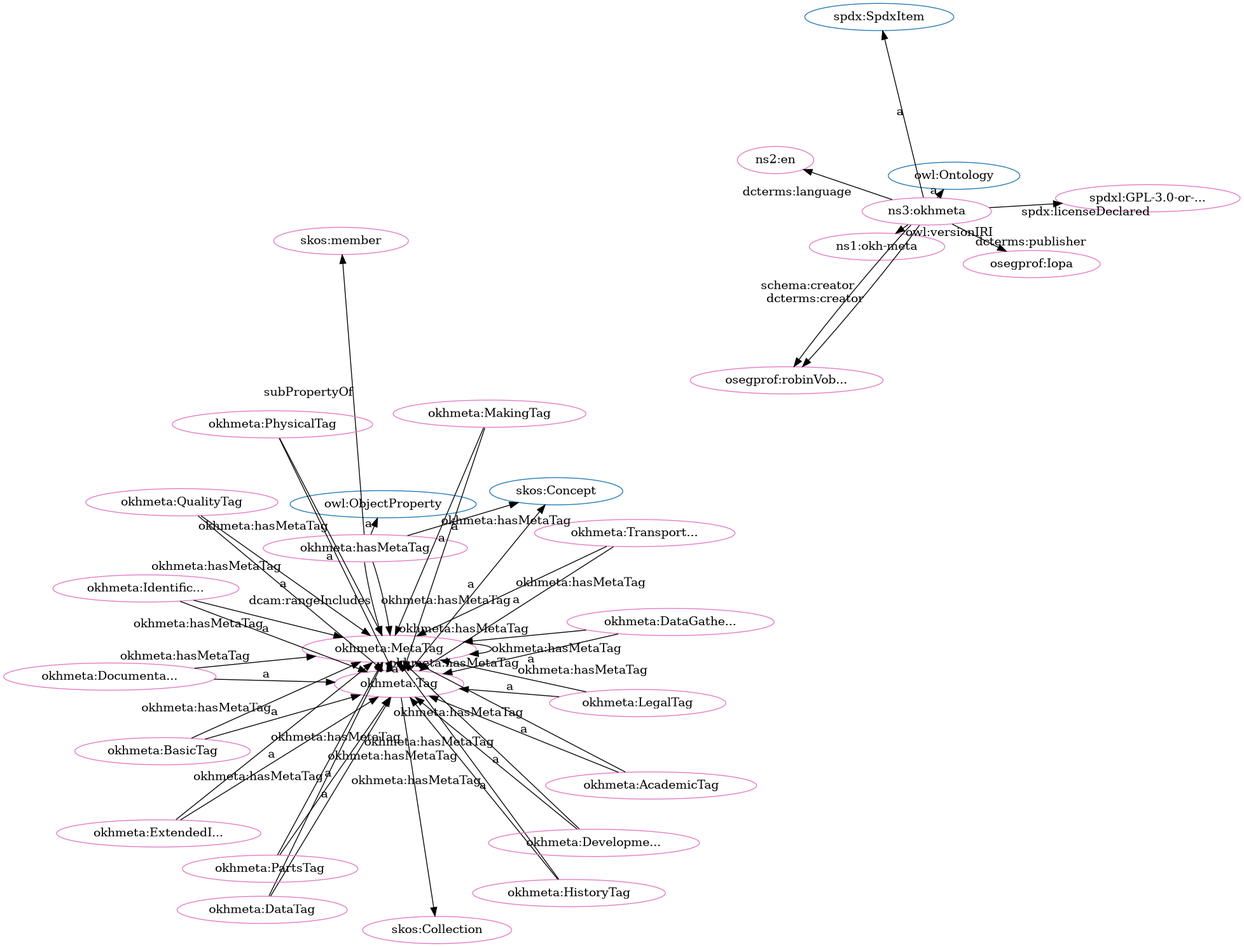
The Graphviz diagram src/spec/fdp_okh-meta.png in iop-alliance/OpenKnowHow, before a commit. Its source is kept beside it as src/spec/fdp_okh-meta.dot.
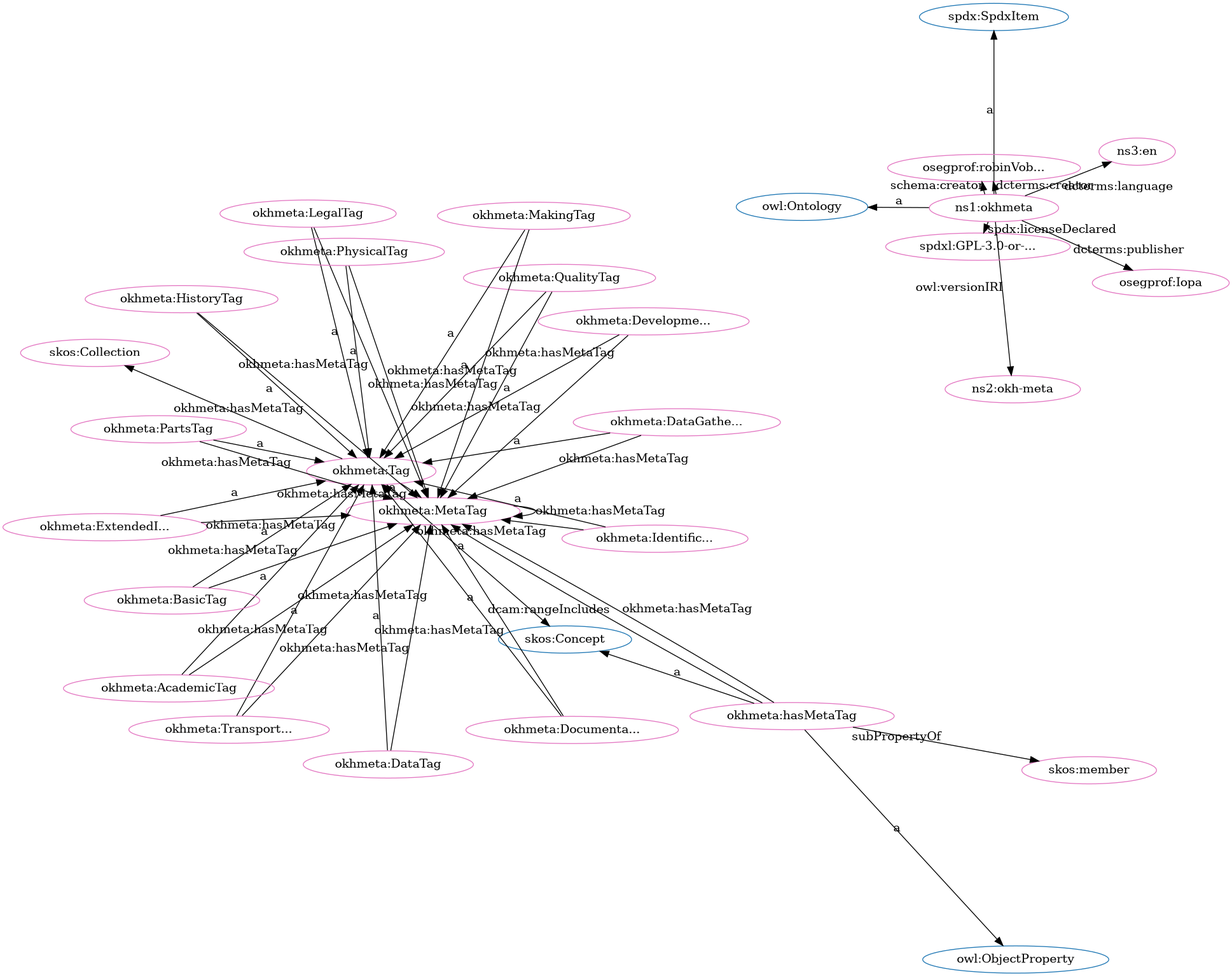
The same file after the commit.

Diff of the diagram source:
```diff
@@ -1,84 +1,84 @@
 digraph G {
   rankdir=BT
   node[height=.3]
-"http://spdx.org/rdf/terms#SpdxItem" [fillcolor="#1f77b4" color="#1f77b4" label="spdx:SpdxItem"]
 "http://w3id.org/oseg/ont/okhmeta#Tag" [fillcolor="#1f77b4" color="#1f77b4" label="okhmeta:Tag"]
-"http://www.w3.org/2004/02/skos/core#Concept" [fillcolor="#1f77b4" color="#1f77b4" label="skos:Concept"]
-"http://www.w3.org/2002/07/owl#Ontology" [fillcolor="#1f77b4" color="#1f77b4" label="owl:Ontology"]
 "http://www.w3.org/2004/02/skos/core#Collection" [fillcolor="#1f77b4" color="#1f77b4" label="skos:Collection"]
 "http://www.w3.org/2002/07/owl#ObjectProperty" [fillcolor="#1f77b4" color="#1f77b4" label="owl:ObjectProperty"]
+"http://www.w3.org/2002/07/owl#Ontology" [fillcolor="#1f77b4" color="#1f77b4" label="owl:Ontology"]
+"http://spdx.org/rdf/terms#SpdxItem" [fillcolor="#1f77b4" color="#1f77b4" label="spdx:SpdxItem"]
+"http://www.w3.org/2004/02/skos/core#Concept" [fillcolor="#1f77b4" color="#1f77b4" label="skos:Concept"]
+"http://w3id.org/oseg/ont/okhmeta#hasMetaTag" [fillcolor="#e377c2" color="#e377c2" label="okhmeta:hasMetaTag"]
+"http://w3id.org/oseg/ont/okhmeta#TransportationTag" [fillcolor="#e377c2" color="#e377c2" label="okhmeta:Transport..."]
+"http://w3id.org/oseg/ont/okhmeta#MetaTag" [fillcolor="#e377c2" color="#e377c2" label="okhmeta:MetaTag"]
+"http://w3id.org/oseg/ont/okhmeta#PartsTag" [fillcolor="#e377c2" color="#e377c2" label="okhmeta:PartsTag"]
+"http://w3id.org/oseg/ont/okhmeta" [fillcolor="#e377c2" color="#e377c2" label="ns1:okhmeta"]
+"http://w3id.org/oseg/ont/okhmeta#Tag" [fillcolor="#e377c2" color="#e377c2" label="okhmeta:Tag"]
+"http://w3id.org/oseg/ont/okhmeta#AcademicTag" [fillcolor="#e377c2" color="#e377c2" label="okhmeta:AcademicTag"]
+"http://w3id.org/oseg/ont/okhmeta#DevelopmentTag" [fillcolor="#e377c2" color="#e377c2" label="okhmeta:Developme..."]
+"http://www.w3.org/2004/02/skos/core#Collection" [fillcolor="#e377c2" color="#e377c2" label="skos:Collection"]
 "http://w3id.org/oseg/ont/okhmeta#BasicTag" [fillcolor="#e377c2" color="#e377c2" label="okhmeta:BasicTag"]
-"http://w3id.org/oseg/ont/okhmeta#MetaTag" [fillcolor="#e377c2" color="#e377c2" label="okhmeta:MetaTag"]
-"http://w3id.org/oseg/ont/1.1.0/okh-meta" [fillcolor="#e377c2" color="#e377c2" label="ns1:okh-meta"]
 "http://w3id.org/oseg/ont/okhmeta#DataTag" [fillcolor="#e377c2" color="#e377c2" label="okhmeta:DataTag"]
-"http://w3id.org/oseg/ont/okhmeta#hasMetaTag" [fillcolor="#e377c2" color="#e377c2" label="okhmeta:hasMetaTag"]
-"http://w3id.org/oseg/ont/okhmeta#PartsTag" [fillcolor="#e377c2" color="#e377c2" label="okhmeta:PartsTag"]
-"http://w3id.org/oseg/ont/okhmeta#HistoryTag" [fillcolor="#e377c2" color="#e377c2" label="okhmeta:HistoryTag"]
-"http://w3id.org/oseg/ont/okhmeta#DevelopmentTag" [fillcolor="#e377c2" color="#e377c2" label="okhmeta:Developme..."]
-"http://id.loc.gov/vocabulary/iso639-1/en" [fillcolor="#e377c2" color="#e377c2" label="ns2:en"]
-"http://www.w3.org/2004/02/skos/core#Collection" [fillcolor="#e377c2" color="#e377c2" label="skos:Collection"]
-"http://w3id.org/oseg/ont/okhmeta#PhysicalTag" [fillcolor="#e377c2" color="#e377c2" label="okhmeta:PhysicalTag"]
-"http://w3id.org/oseg/ont/okhmeta#LegalTag" [fillcolor="#e377c2" color="#e377c2" label="okhmeta:LegalTag"]
-"http://spdx.org/licenses/GPL-3.0-or-later" [fillcolor="#e377c2" color="#e377c2" label="spdxl:GPL-3.0-or-..."]
-"http://w3id.org/oseg/ont/okhmeta#TransportationTag" [fillcolor="#e377c2" color="#e377c2" label="okhmeta:Transport..."]
-"http://w3id.org/oseg/ont/okhmeta" [fillcolor="#e377c2" color="#e377c2" label="ns3:okhmeta"]
-"http://www.w3.org/2004/02/skos/core#member" [fillcolor="#e377c2" color="#e377c2" label="skos:member"]
 "http://w3id.org/oseg/ont/oseg-profiles#robinVobruba" [fillcolor="#e377c2" color="#e377c2" label="osegprof:robinVob..."]
-"http://w3id.org/oseg/ont/okhmeta#QualityTag" [fillcolor="#e377c2" color="#e377c2" label="okhmeta:QualityTag"]
-"http://w3id.org/oseg/ont/okhmeta#AcademicTag" [fillcolor="#e377c2" color="#e377c2" label="okhmeta:AcademicTag"]
-"http://w3id.org/oseg/ont/okhmeta#DocumentationTag" [fillcolor="#e377c2" color="#e377c2" label="okhmeta:Documenta..."]
-"http://w3id.org/oseg/ont/oseg-profiles#Iopa" [fillcolor="#e377c2" color="#e377c2" label="osegprof:Iopa"]
-"http://w3id.org/oseg/ont/okhmeta#IdentificationTag" [fillcolor="#e377c2" color="#e377c2" label="okhmeta:Identific..."]
-"http://w3id.org/oseg/ont/okhmeta#MakingTag" [fillcolor="#e377c2" color="#e377c2" label="okhmeta:MakingTag"]
 "http://w3id.org/oseg/ont/okhmeta#DataGatheringTag" [fillcolor="#e377c2" color="#e377c2" label="okhmeta:DataGathe..."]
 "http://w3id.org/oseg/ont/okhmeta#ExtendedInfoTag" [fillcolor="#e377c2" color="#e377c2" label="okhmeta:ExtendedI..."]
-"http://w3id.org/oseg/ont/okhmeta#Tag" [fillcolor="#e377c2" color="#e377c2" label="okhmeta:Tag"]
+"http://w3id.org/oseg/ont/okhmeta#QualityTag" [fillcolor="#e377c2" color="#e377c2" label="okhmeta:QualityTag"]
+"http://w3id.org/oseg/ont/1.1.0/okh-meta" [fillcolor="#e377c2" color="#e377c2" label="ns2:okh-meta"]
+"http://id.loc.gov/vocabulary/iso639-1/en" [fillcolor="#e377c2" color="#e377c2" label="ns3:en"]
+"http://www.w3.org/2004/02/skos/core#member" [fillcolor="#e377c2" color="#e377c2" label="skos:member"]
+"http://spdx.org/licenses/GPL-3.0-or-later" [fillcolor="#e377c2" color="#e377c2" label="spdxl:GPL-3.0-or-..."]
+"http://w3id.org/oseg/ont/okhmeta#MakingTag" [fillcolor="#e377c2" color="#e377c2" label="okhmeta:MakingTag"]
+"http://w3id.org/oseg/ont/okhmeta#LegalTag" [fillcolor="#e377c2" color="#e377c2" label="okhmeta:LegalTag"]
+"http://w3id.org/oseg/ont/okhmeta#PhysicalTag" [fillcolor="#e377c2" color="#e377c2" label="okhmeta:PhysicalTag"]
+"http://w3id.org/oseg/ont/okhmeta#IdentificationTag" [fillcolor="#e377c2" color="#e377c2" label="okhmeta:Identific..."]
+"http://w3id.org/oseg/ont/okhmeta#HistoryTag" [fillcolor="#e377c2" color="#e377c2" label="okhmeta:HistoryTag"]
+"http://w3id.org/oseg/ont/oseg-profiles#Iopa" [fillcolor="#e377c2" color="#e377c2" label="osegprof:Iopa"]
+"http://w3id.org/oseg/ont/okhmeta#DocumentationTag" [fillcolor="#e377c2" color="#e377c2" label="okhmeta:Documenta..."]
+  "http://w3id.org/oseg/ont/okhmeta#hasMetaTag" -> "http://www.w3.org/2002/07/owl#ObjectProperty" [label="a"]
+  "http://w3id.org/oseg/ont/okhmeta#PartsTag" -> "http://w3id.org/oseg/ont/okhmeta#Tag" [label="a"]
+  "http://w3id.org/oseg/ont/okhmeta" -> "http://spdx.org/rdf/terms#SpdxItem" [label="a"]
+  "http://w3id.org/oseg/ont/okhmeta#Tag" -> "http://www.w3.org/2004/02/skos/core#Concept" [label="a"]
+  "http://w3id.org/oseg/ont/okhmeta#DocumentationTag" -> "http://w3id.org/oseg/ont/okhmeta#MetaTag" [label="okhmeta:hasMetaTag"]
+  "http://w3id.org/oseg/ont/okhmeta#Tag" -> "http://w3id.org/oseg/ont/okhmeta#MetaTag" [label="okhmeta:hasMetaTag"]
+  "http://w3id.org/oseg/ont/okhmeta#AcademicTag" -> "http://w3id.org/oseg/ont/okhmeta#Tag" [label="a"]
+  "http://w3id.org/oseg/ont/okhmeta#hasMetaTag" -> "http://www.w3.org/2004/02/skos/core#Concept" [label="a"]
+  "http://w3id.org/oseg/ont/okhmeta#BasicTag" -> "http://w3id.org/oseg/ont/okhmeta#Tag" [label="a"]
   "http://w3id.org/oseg/ont/okhmeta#PhysicalTag" -> "http://w3id.org/oseg/ont/okhmeta#MetaTag" [label="okhmeta:hasMetaTag"]
-  "http://w3id.org/oseg/ont/okhmeta#Tag" -> "http://w3id.org/oseg/ont/okhmeta#MetaTag" [label="okhmeta:hasMetaTag"]
-  "http://w3id.org/oseg/ont/okhmeta#PartsTag" -> "http://w3id.org/oseg/ont/okhmeta#Tag" [label="a"]
+  "http://w3id.org/oseg/ont/okhmeta#AcademicTag" -> "http://w3id.org/oseg/ont/okhmeta#MetaTag" [label="okhmeta:hasMetaTag"]
+  "http://w3id.org/oseg/ont/okhmeta" -> "http://w3id.org/oseg/ont/oseg-profiles#robinVobruba" [label="schema:creator"]
+  "http://w3id.org/oseg/ont/okhmeta#IdentificationTag" -> "http://w3id.org/oseg/ont/okhmeta#MetaTag" [label="okhmeta:hasMetaTag"]
+  "http://w3id.org/oseg/ont/okhmeta#DataGatheringTag" -> "http://w3id.org/oseg/ont/okhmeta#Tag" [label="a"]
+  "http://w3id.org/oseg/ont/okhmeta#hasMetaTag" -> "http://www.w3.org/2004/02/skos/core#member" [label="subPropertyOf"]
+  "http://w3id.org/oseg/ont/okhmeta" -> "http://spdx.org/licenses/GPL-3.0-or-later" [label="spdx:licenseDeclared"]
+  "http://w3id.org/oseg/ont/okhmeta#ExtendedInfoTag" -> "http://w3id.org/oseg/ont/okhmeta#MetaTag" [label="okhmeta:hasMetaTag"]
+  "http://w3id.org/oseg/ont/okhmeta#QualityTag" -> "http://w3id.org/oseg/ont/okhmeta#MetaTag" [label="okhmeta:hasMetaTag"]
+  "http://w3id.org/oseg/ont/okhmeta#PartsTag" -> "http://w3id.org/oseg/ont/okhmeta#MetaTag" [label="okhmeta:hasMetaTag"]
+  "http://w3id.org/oseg/ont/okhmeta#LegalTag" -> "http://w3id.org/oseg/ont/okhmeta#Tag" [label="a"]
+  "http://w3id.org/oseg/ont/okhmeta#MakingTag" -> "http://w3id.org/oseg/ont/okhmeta#MetaTag" [label="okhmeta:hasMetaTag"]
+  "http://w3id.org/oseg/ont/okhmeta#hasMetaTag" -> "http://w3id.org/oseg/ont/okhmeta#MetaTag" [label="dcam:rangeIncludes"]
   "http://w3id.org/oseg/ont/okhmeta#HistoryTag" -> "http://w3id.org/oseg/ont/okhmeta#Tag" [label="a"]
+  "http://w3id.org/oseg/ont/okhmeta#DocumentationTag" -> "http://w3id.org/oseg/ont/okhmeta#Tag" [label="a"]
+  "http://w3id.org/oseg/ont/okhmeta#TransportationTag" -> "http://w3id.org/oseg/ont/okhmeta#Tag" [label="a"]
+  "http://w3id.org/oseg/ont/okhmeta#BasicTag" -> "http://w3id.org/oseg/ont/okhmeta#MetaTag" [label="okhmeta:hasMetaTag"]
   "http://w3id.org/oseg/ont/okhmeta#DevelopmentTag" -> "http://w3id.org/oseg/ont/okhmeta#Tag" [label="a"]
+  "http://w3id.org/oseg/ont/okhmeta#TransportationTag" -> "http://w3id.org/oseg/ont/okhmeta#MetaTag" [label="okhmeta:hasMetaTag"]
+  "http://w3id.org/oseg/ont/okhmeta#Tag" -> "http://www.w3.org/2004/02/skos/core#Collection" [label=""]
+  "http://w3id.org/oseg/ont/okhmeta#DataTag" -> "http://w3id.org/oseg/ont/okhmeta#Tag" [label="a"]
+  "http://w3id.org/oseg/ont/okhmeta" -> "http://w3id.org/oseg/ont/oseg-profiles#robinVobruba" [label="dcterms:creator"]
+  "http://w3id.org/oseg/ont/okhmeta#ExtendedInfoTag" -> "http://w3id.org/oseg/ont/okhmeta#Tag" [label="a"]
+  "http://w3id.org/oseg/ont/okhmeta#QualityTag" -> "http://w3id.org/oseg/ont/okhmeta#Tag" [label="a"]
+  "http://w3id.org/oseg/ont/okhmeta" -> "http://w3id.org/oseg/ont/1.1.0/okh-meta" [label="owl:versionIRI"]
   "http://w3id.org/oseg/ont/okhmeta#DataTag" -> "http://w3id.org/oseg/ont/okhmeta#MetaTag" [label="okhmeta:hasMetaTag"]
-  "http://w3id.org/oseg/ont/okhmeta#LegalTag" -> "http://w3id.org/oseg/ont/okhmeta#Tag" [label="a"]
+  "http://w3id.org/oseg/ont/okhmeta" -> "http://id.loc.gov/vocabulary/iso639-1/en" [label="dcterms:language"]
+  "http://w3id.org/oseg/ont/okhmeta#MetaTag" -> "http://w3id.org/oseg/ont/okhmeta#Tag" [label="a"]
   "http://w3id.org/oseg/ont/okhmeta#HistoryTag" -> "http://w3id.org/oseg/ont/okhmeta#MetaTag" [label="okhmeta:hasMetaTag"]
-  "http://w3id.org/oseg/ont/okhmeta#TransportationTag" -> "http://w3id.org/oseg/ont/okhmeta#Tag" [label="a"]
+  "http://w3id.org/oseg/ont/okhmeta#DataGatheringTag" -> "http://w3id.org/oseg/ont/okhmeta#MetaTag" [label="okhmeta:hasMetaTag"]
+  "http://w3id.org/oseg/ont/okhmeta#MakingTag" -> "http://w3id.org/oseg/ont/okhmeta#Tag" [label="a"]
+  "http://w3id.org/oseg/ont/okhmeta#PhysicalTag" -> "http://w3id.org/oseg/ont/okhmeta#Tag" [label="a"]
+  "http://w3id.org/oseg/ont/okhmeta#hasMetaTag" -> "http://w3id.org/oseg/ont/okhmeta#MetaTag" [label="okhmeta:hasMetaTag"]
+  "http://w3id.org/oseg/ont/okhmeta#IdentificationTag" -> "http://w3id.org/oseg/ont/okhmeta#Tag" [label="a"]
+  "http://w3id.org/oseg/ont/okhmeta#MetaTag" -> "http://w3id.org/oseg/ont/okhmeta#MetaTag" [label="okhmeta:hasMetaTag"]
+  "http://w3id.org/oseg/ont/okhmeta" -> "http://www.w3.org/2002/07/owl#Ontology" [label="a"]
+  "http://w3id.org/oseg/ont/okhmeta#LegalTag" -> "http://w3id.org/oseg/ont/okhmeta#MetaTag" [label="okhmeta:hasMetaTag"]
+  "http://w3id.org/oseg/ont/okhmeta" -> "http://w3id.org/oseg/ont/oseg-profiles#Iopa" [label="dcterms:publisher"]
   "http://w3id.org/oseg/ont/okhmeta#DevelopmentTag" -> "http://w3id.org/oseg/ont/okhmeta#MetaTag" [label="okhmeta:hasMetaTag"]
-  "http://w3id.org/oseg/ont/okhmeta#hasMetaTag" -> "http://w3id.org/oseg/ont/okhmeta#MetaTag" [label="okhmeta:hasMetaTag"]
-  "http://w3id.org/oseg/ont/okhmeta#AcademicTag" -> "http://w3id.org/oseg/ont/okhmeta#MetaTag" [label="okhmeta:hasMetaTag"]
-  "http://w3id.org/oseg/ont/okhmeta" -> "http://w3id.org/oseg/ont/oseg-profiles#robinVobruba" [label="dcterms:creator"]
-  "http://w3id.org/oseg/ont/okhmeta" -> "http://spdx.org/rdf/terms#SpdxItem" [label="a"]
-  "http://w3id.org/oseg/ont/okhmeta#hasMetaTag" -> "http://www.w3.org/2002/07/owl#ObjectProperty" [label="a"]
-  "http://w3id.org/oseg/ont/okhmeta" -> "http://w3id.org/oseg/ont/oseg-profiles#robinVobruba" [label="schema:creator"]
-  "http://w3id.org/oseg/ont/okhmeta#DocumentationTag" -> "http://w3id.org/oseg/ont/okhmeta#Tag" [label="a"]
-  "http://w3id.org/oseg/ont/okhmeta" -> "http://w3id.org/oseg/ont/oseg-profiles#Iopa" [label="dcterms:publisher"]
-  "http://w3id.org/oseg/ont/okhmeta#ExtendedInfoTag" -> "http://w3id.org/oseg/ont/okhmeta#Tag" [label="a"]
-  "http://w3id.org/oseg/ont/okhmeta#QualityTag" -> "http://w3id.org/oseg/ont/okhmeta#MetaTag" [label="okhmeta:hasMetaTag"]
-  "http://w3id.org/oseg/ont/okhmeta#BasicTag" -> "http://w3id.org/oseg/ont/okhmeta#Tag" [label="a"]
-  "http://w3id.org/oseg/ont/okhmeta" -> "http://w3id.org/oseg/ont/1.1.0/okh-meta" [label="owl:versionIRI"]
-  "http://w3id.org/oseg/ont/okhmeta#DataTag" -> "http://w3id.org/oseg/ont/okhmeta#Tag" [label="a"]
-  "http://w3id.org/oseg/ont/okhmeta#IdentificationTag" -> "http://w3id.org/oseg/ont/okhmeta#MetaTag" [label="okhmeta:hasMetaTag"]
-  "http://w3id.org/oseg/ont/okhmeta#MakingTag" -> "http://w3id.org/oseg/ont/okhmeta#MetaTag" [label="okhmeta:hasMetaTag"]
-  "http://w3id.org/oseg/ont/okhmeta#DataGatheringTag" -> "http://w3id.org/oseg/ont/okhmeta#MetaTag" [label="okhmeta:hasMetaTag"]
-  "http://w3id.org/oseg/ont/okhmeta#MetaTag" -> "http://w3id.org/oseg/ont/okhmeta#MetaTag" [label="okhmeta:hasMetaTag"]
-  "http://w3id.org/oseg/ont/okhmeta" -> "http://id.loc.gov/vocabulary/iso639-1/en" [label="dcterms:language"]
-  "http://w3id.org/oseg/ont/okhmeta#Tag" -> "http://www.w3.org/2004/02/skos/core#Collection" [label=""]
-  "http://w3id.org/oseg/ont/okhmeta#PhysicalTag" -> "http://w3id.org/oseg/ont/okhmeta#Tag" [label="a"]
-  "http://w3id.org/oseg/ont/okhmeta" -> "http://spdx.org/licenses/GPL-3.0-or-later" [label="spdx:licenseDeclared"]
-  "http://w3id.org/oseg/ont/okhmeta#PartsTag" -> "http://w3id.org/oseg/ont/okhmeta#MetaTag" [label="okhmeta:hasMetaTag"]
-  "http://w3id.org/oseg/ont/okhmeta#DocumentationTag" -> "http://w3id.org/oseg/ont/okhmeta#MetaTag" [label="okhmeta:hasMetaTag"]
-  "http://w3id.org/oseg/ont/okhmeta" -> "http://www.w3.org/2002/07/owl#Ontology" [label="a"]
-  "http://w3id.org/oseg/ont/okhmeta#hasMetaTag" -> "http://www.w3.org/2004/02/skos/core#member" [label="subPropertyOf"]
-  "http://w3id.org/oseg/ont/okhmeta#LegalTag" -> "http://w3id.org/oseg/ont/okhmeta#MetaTag" [label="okhmeta:hasMetaTag"]
-  "http://w3id.org/oseg/ont/okhmeta#ExtendedInfoTag" -> "http://w3id.org/oseg/ont/okhmeta#MetaTag" [label="okhmeta:hasMetaTag"]
-  "http://w3id.org/oseg/ont/okhmeta#QualityTag" -> "http://w3id.org/oseg/ont/okhmeta#Tag" [label="a"]
-  "http://w3id.org/oseg/ont/okhmeta#AcademicTag" -> "http://w3id.org/oseg/ont/okhmeta#Tag" [label="a"]
-  "http://w3id.org/oseg/ont/okhmeta#TransportationTag" -> "http://w3id.org/oseg/ont/okhmeta#MetaTag" [label="okhmeta:hasMetaTag"]
-  "http://w3id.org/oseg/ont/okhmeta#BasicTag" -> "http://w3id.org/oseg/ont/okhmeta#MetaTag" [label="okhmeta:hasMetaTag"]
-  "http://w3id.org/oseg/ont/okhmeta#IdentificationTag" -> "http://w3id.org/oseg/ont/okhmeta#Tag" [label="a"]
-  "http://w3id.org/oseg/ont/okhmeta#MakingTag" -> "http://w3id.org/oseg/ont/okhmeta#Tag" [label="a"]
-  "http://w3id.org/oseg/ont/okhmeta#hasMetaTag" -> "http://w3id.org/oseg/ont/okhmeta#MetaTag" [label="dcam:rangeIncludes"]
-  "http://w3id.org/oseg/ont/okhmeta#DataGatheringTag" -> "http://w3id.org/oseg/ont/okhmeta#Tag" [label="a"]
-  "http://w3id.org/oseg/ont/okhmeta#MetaTag" -> "http://w3id.org/oseg/ont/okhmeta#Tag" [label="a"]
-  "http://w3id.org/oseg/ont/okhmeta#hasMetaTag" -> "http://www.w3.org/2004/02/skos/core#Concept" [label="a"]
-  "http://w3id.org/oseg/ont/okhmeta#Tag" -> "http://www.w3.org/2004/02/skos/core#Concept" [label="a"]
 }
```
